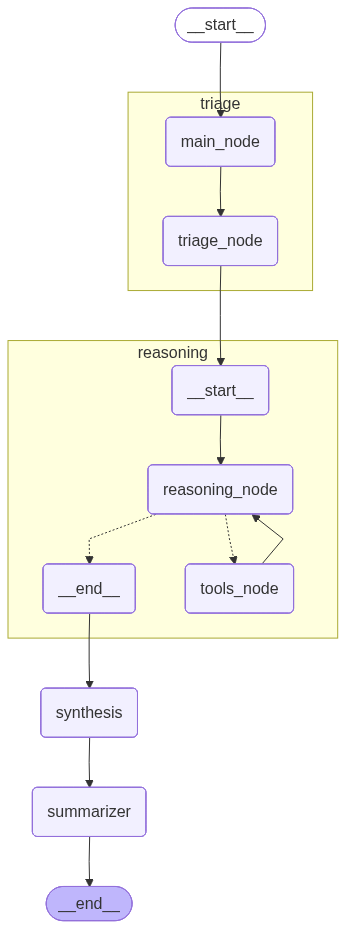
The Mermaid diagram artifacts/graph.png in joannelaii/microservices-observability-agents, before a commit. Its source is kept beside it as artifacts/graph.mmd.
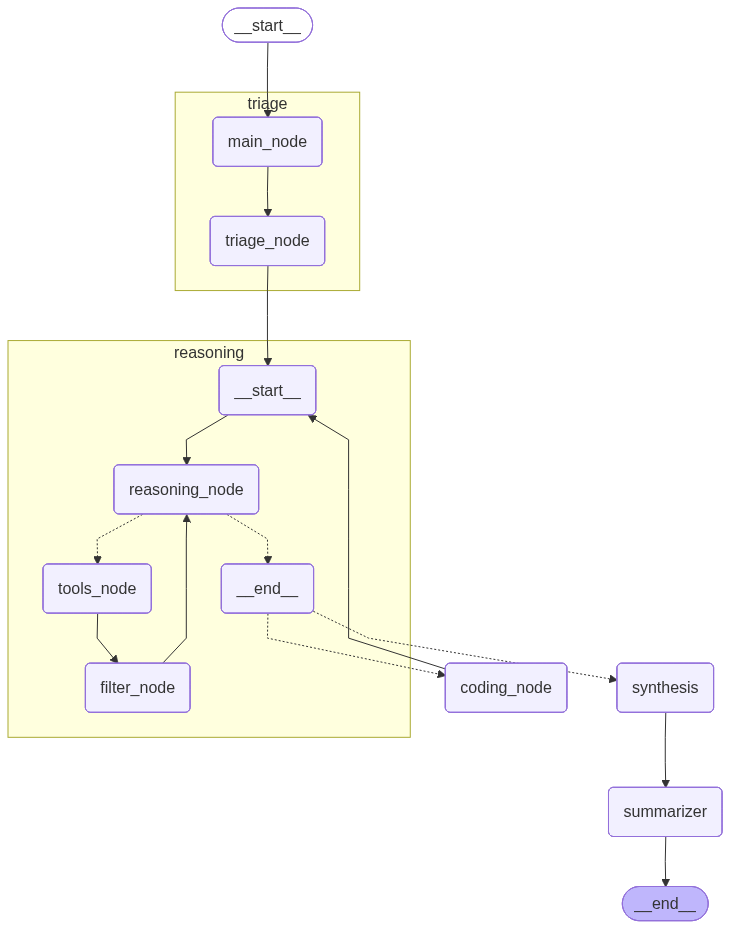
The same file after the commit.

Commit message:
Joel/telemetry filter (#19)

Change to the diagram source:
```diff
@@ -5,11 +5,14 @@
 ---
 graph TD;
 	__start__([<p>__start__</p>]):::first
+	coding_node(coding_node)
 	synthesis(synthesis)
 	summarizer(summarizer)
 	__end__([<p>__end__</p>]):::last
 	__start__ --> triage\3amain_node;
-	reasoning\3a__end__ --> synthesis;
+	coding_node --> reasoning\3a__start__;
+	reasoning\3a__end__ -.-> coding_node;
+	reasoning\3a__end__ -.-> synthesis;
 	synthesis --> summarizer;
 	triage\3atriage_node --> reasoning\3a__start__;
 	summarizer --> __end__;
@@ -22,11 +25,13 @@
 	reasoning\3a__start__(<p>__start__</p>)
 	reasoning\3areasoning_node(reasoning_node)
 	reasoning\3atools_node(tools_node)
+	reasoning\3afilter_node(filter_node)
 	reasoning\3a__end__(<p>__end__</p>)
 	reasoning\3a__start__ --> reasoning\3areasoning_node;
+	reasoning\3afilter_node --> reasoning\3areasoning_node;
 	reasoning\3areasoning_node -.-> reasoning\3a__end__;
 	reasoning\3areasoning_node -.-> reasoning\3atools_node;
-	reasoning\3atools_node --> reasoning\3areasoning_node;
+	reasoning\3atools_node --> reasoning\3afilter_node;
 	end
 	classDef default fill:#f2f0ff,line-height:1.2
 	classDef first fill-opacity:0
```
